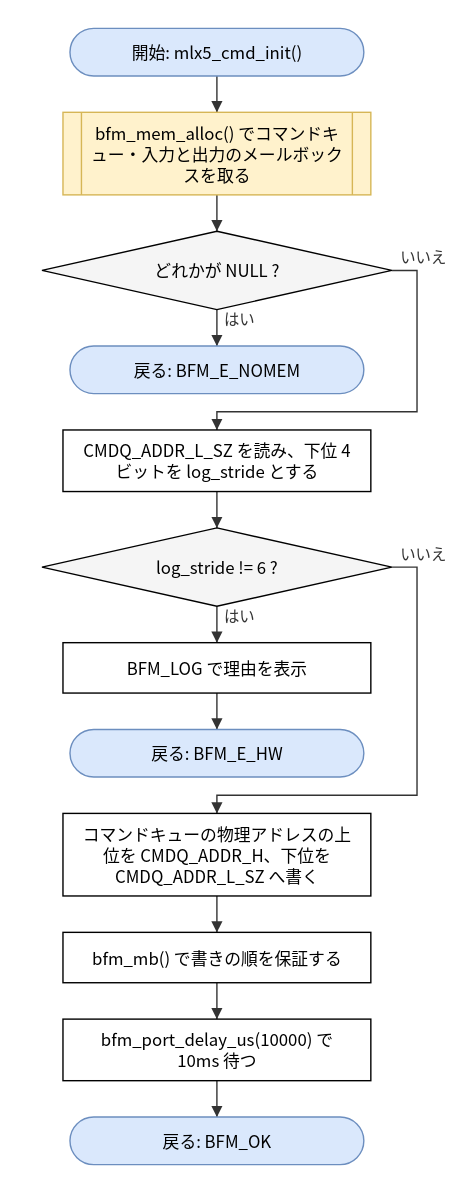
Before: doc/spec/images/flow_src_mlx5_cmd-mlx5_cmd_init.drawio.svg, a diagram exported from draw.io (hf355051012-ai/bfmem). Source tidied: cells renumbered, new cells last; positions are measured from the earlier drawing's top-left corner, leaving out a move shared by most shapes.
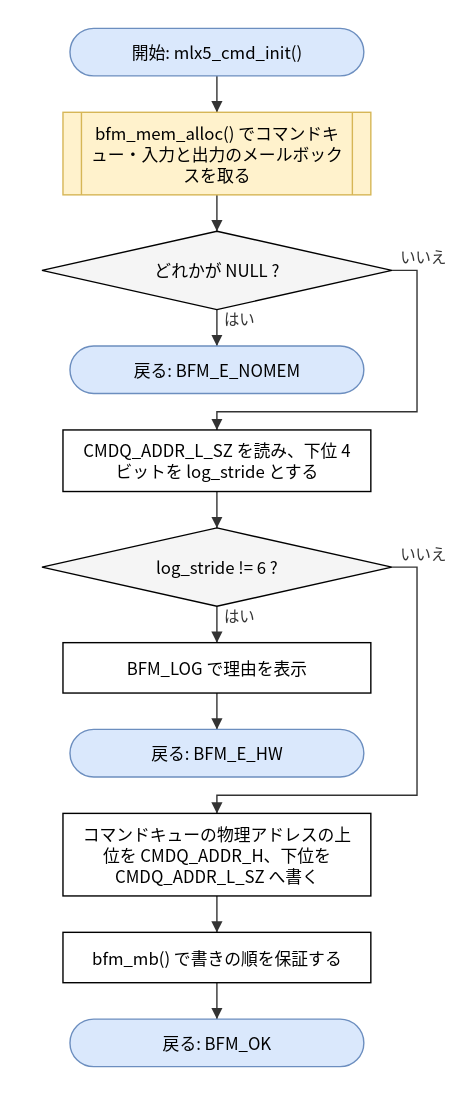
After the commit.

What changed in the source:
```diff
@@ -32,12 +32,9 @@
     <mxCell id="11" value="bfm_mb() で書きの順を保証する" style="rounded=0;whiteSpace=wrap;html=1;" parent="1" vertex="1">
       <mxGeometry x="15" y="646" width="220" height="36" as="geometry" />
     </mxCell>
-    <mxCell id="12" value="bfm_port_delay_us(10000) で&lt;br&gt;10ms 待つ" style="rounded=0;whiteSpace=wrap;html=1;" parent="1" vertex="1">
-      <mxGeometry x="15" y="708" width="220" height="44" as="geometry" />
+    <mxCell id="12" value="戻る: BFM_OK" style="rounded=1;arcSize=50;whiteSpace=wrap;html=1;fillColor=#dae8fc;strokeColor=#6c8ebf;" parent="1" vertex="1">
+      <mxGeometry x="20" y="708" width="210" height="34" as="geometry" />
     </mxCell>
-    <mxCell id="13" value="戻る: BFM_OK" style="rounded=1;arcSize=50;whiteSpace=wrap;html=1;fillColor=#dae8fc;strokeColor=#6c8ebf;" parent="1" vertex="1">
-      <mxGeometry x="20" y="778" width="210" height="34" as="geometry" />
-    </mxCell>
     <mxCell id="14" style="edgeStyle=none;html=1;rounded=0;endArrow=block;endFill=1;exitX=0.5000;exitY=1.0000;exitDx=0;exitDy=0;exitPerimeter=0;entryX=0.5000;entryY=0.0000;entryDx=0;entryDy=0;entryPerimeter=0;" parent="1" edge="1" source="2" target="3">
       <mxGeometry relative="1" as="geometry" />
     </mxCell>
@@ -80,8 +77,5 @@
     <mxCell id="23" style="edgeStyle=none;html=1;rounded=0;endArrow=block;endFill=1;exitX=0.5000;exitY=1.0000;exitDx=0;exitDy=0;exitPerimeter=0;entryX=0.5000;entryY=0.0000;entryDx=0;entryDy=0;entryPerimeter=0;" parent="1" edge="1" source="11" target="12">
       <mxGeometry relative="1" as="geometry" />
     </mxCell>
-    <mxCell id="24" style="edgeStyle=none;html=1;rounded=0;endArrow=block;endFill=1;exitX=0.5000;exitY=1.0000;exitDx=0;exitDy=0;exitPerimeter=0;entryX=0.5000;entryY=0.0000;entryDx=0;entryDy=0;entryPerimeter=0;" parent="1" edge="1" source="12" target="13">
-      <mxGeometry relative="1" as="geometry" />
-    </mxCell>
   </root>
 </mxGraphModel>
```
